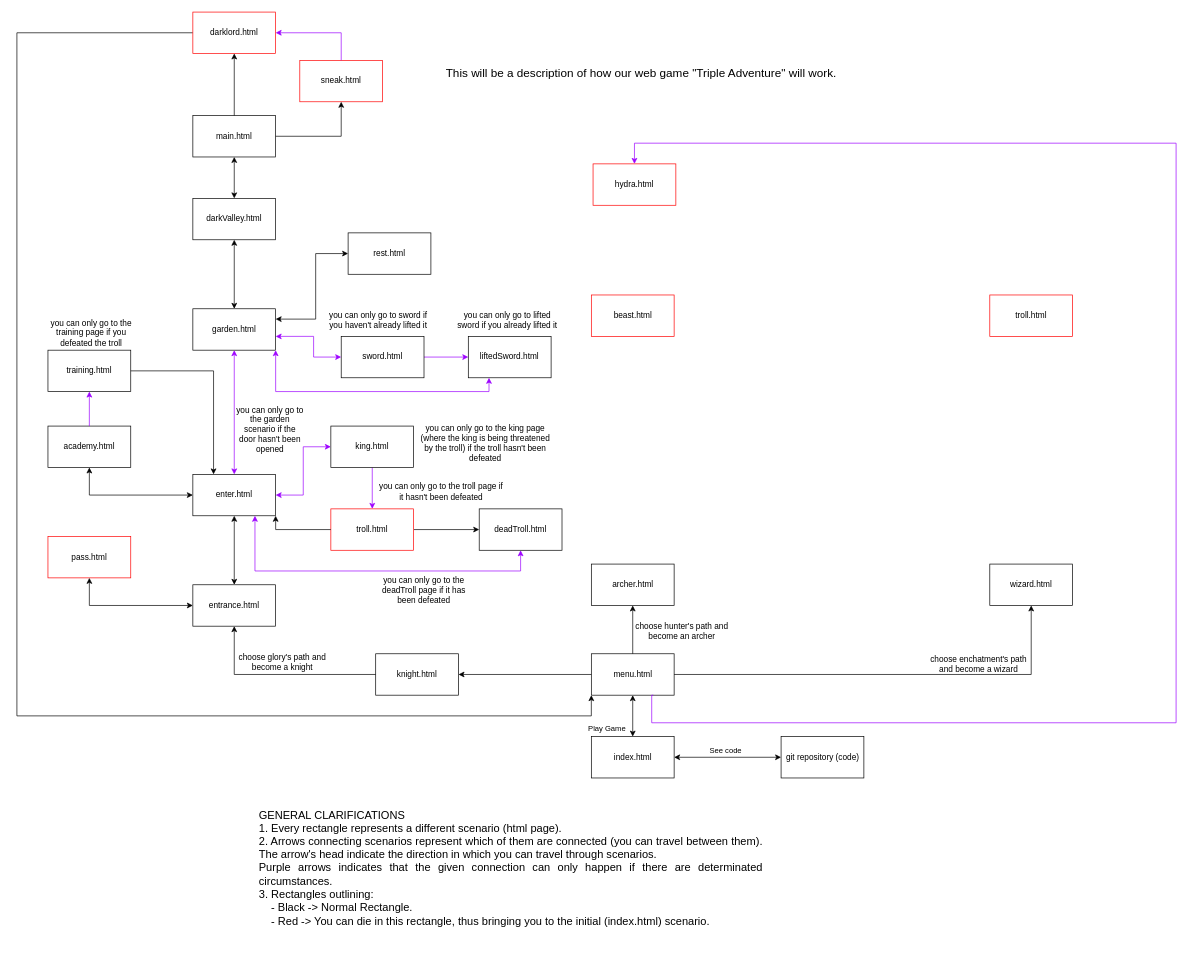
The draw.io diagram Diagram/GameDiagram.drawio in Enrikkk/CSCI-4208---Developing-Advanced-Web-Applications, before the edit. Source tidied: cells renumbered, new cells numbered last; positions are measured from the earlier drawing's top-left corner, leaving out a move shared by most shapes. Both pictures are drawn from the tidied source at 69%, with x=0, y=0 at pixel (17, 12).
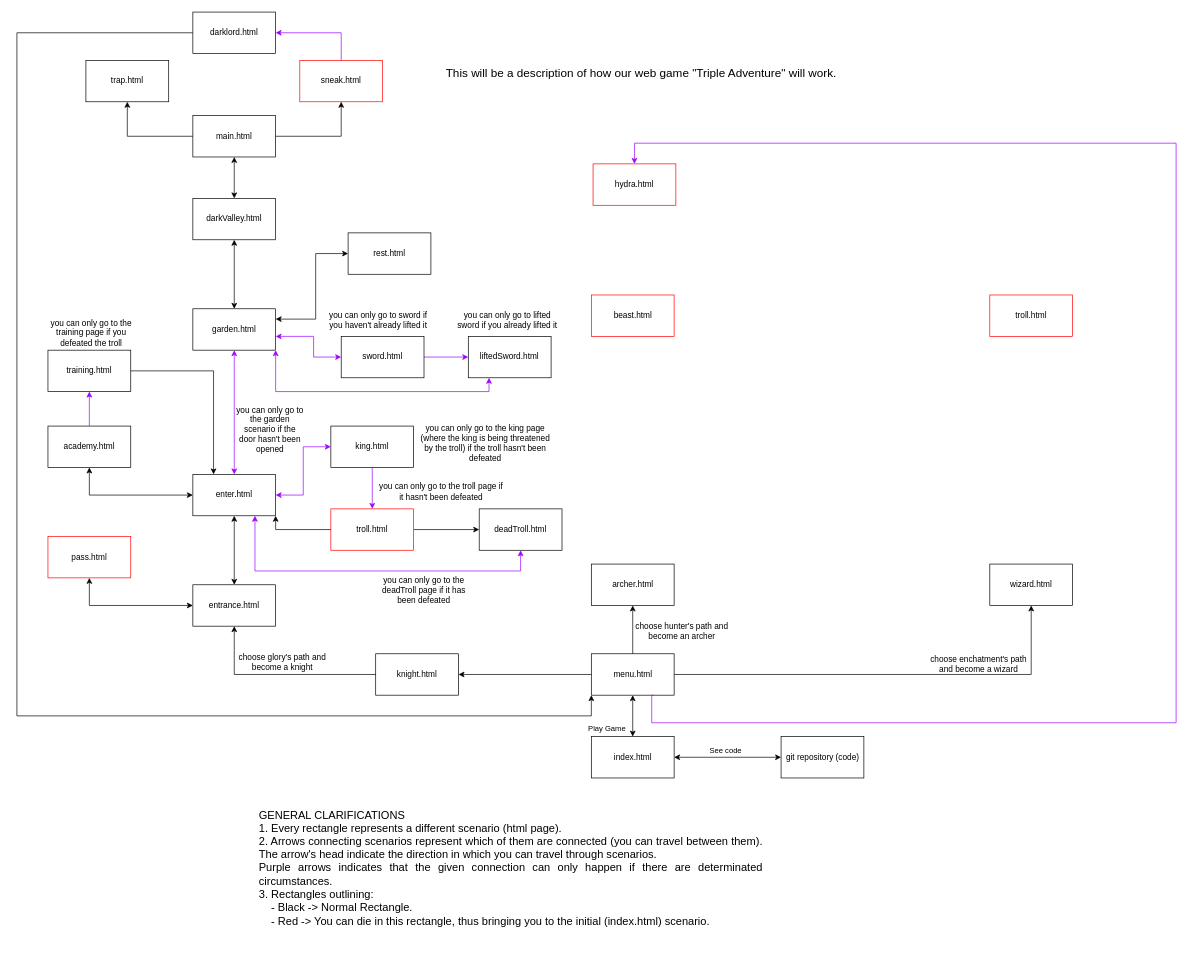
The same diagram, later.

The change refers to these unchanged cells:
```xml
<mxCell id="28" value="main.html" style="rounded=0;whiteSpace=wrap;html=1;strokeColor=#000000;" parent="1" vertex="1">
  <mxGeometry x="255" y="150" width="120" height="60" as="geometry" />
</mxCell>
```

Diff of the diagram source:
```diff
@@
-    <mxCell id="19" value="darklord.html" style="rounded=0;whiteSpace=wrap;html=1;strokeColor=#FF0000;" parent="1" vertex="1">
+    <mxCell id="19" value="darklord.html" style="rounded=0;whiteSpace=wrap;html=1;strokeColor=#000000;" parent="1" vertex="1">
       <mxGeometry x="255" width="120" height="60" as="geometry" />
     </mxCell>
@@
-    <mxCell id="32" style="endArrow=classic;startArrow=none;html=1;rounded=0;entryX=0.5;entryY=1;entryDx=0;entryDy=0;exitX=0.5;exitY=0;exitDx=0;exitDy=0;edgeStyle=orthogonalEdgeStyle;startFill=0;" parent="1" edge="1" source="28" target="19">
-      <mxGeometry relative="1" as="geometry" />
-    </mxCell>
@@
+    <mxCell id="69" value="trap.html" style="rounded=0;whiteSpace=wrap;html=1;" parent="1" vertex="1">
+      <mxGeometry x="100" y="70" width="120" height="60" as="geometry" />
+    </mxCell>
+    <mxCell id="70" style="endArrow=classic;html=1;rounded=0;entryX=0.5;entryY=1;entryDx=0;entryDy=0;exitX=0;exitY=0.5;exitDx=0;exitDy=0;edgeStyle=orthogonalEdgeStyle;" parent="1" edge="1" source="28" target="69">
+      <mxGeometry relative="1" as="geometry" />
+    </mxCell>
```
